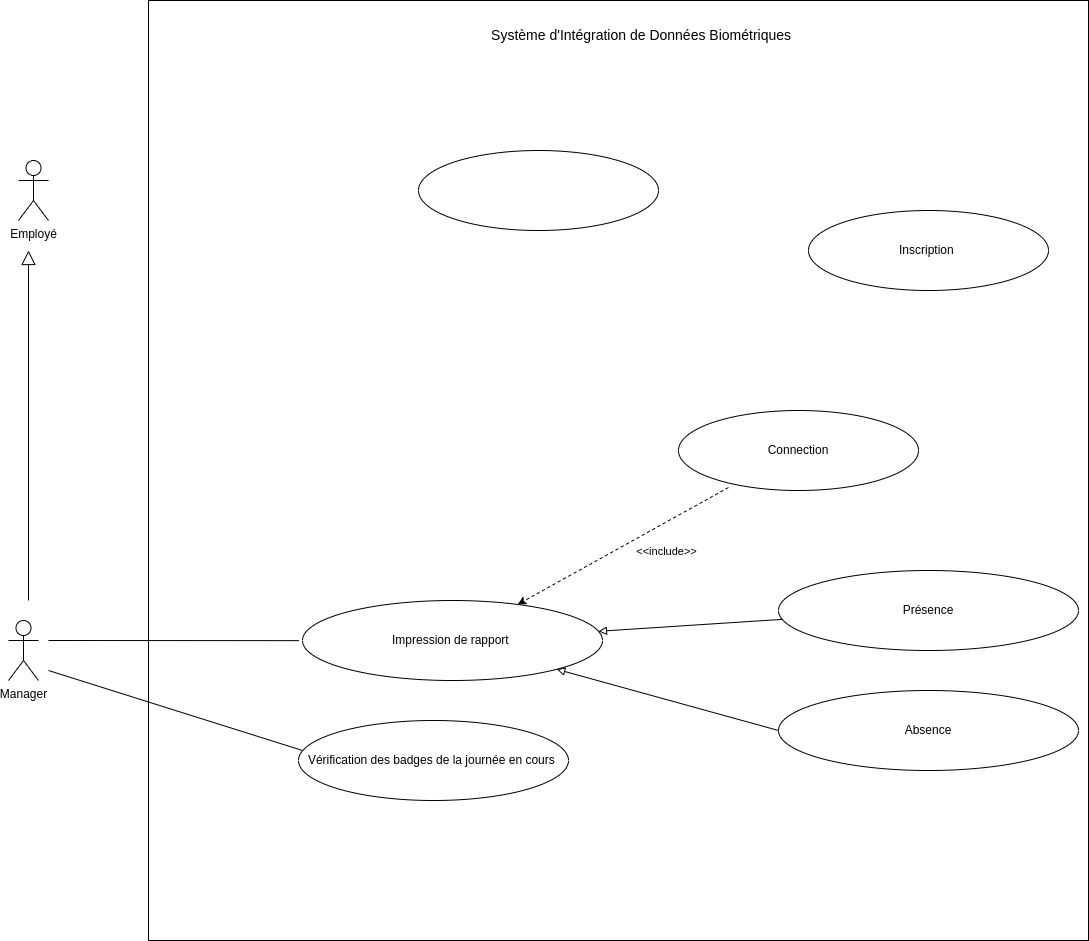
Earlier version of the draw.io export static/Diagramme de cas d'utilisation.drawio.png (Siluearsene/borne_biometrique). Source tidied: cells renumbered, new cells last; positions are measured from the earlier drawing's top-left corner, leaving out a move shared by most shapes.
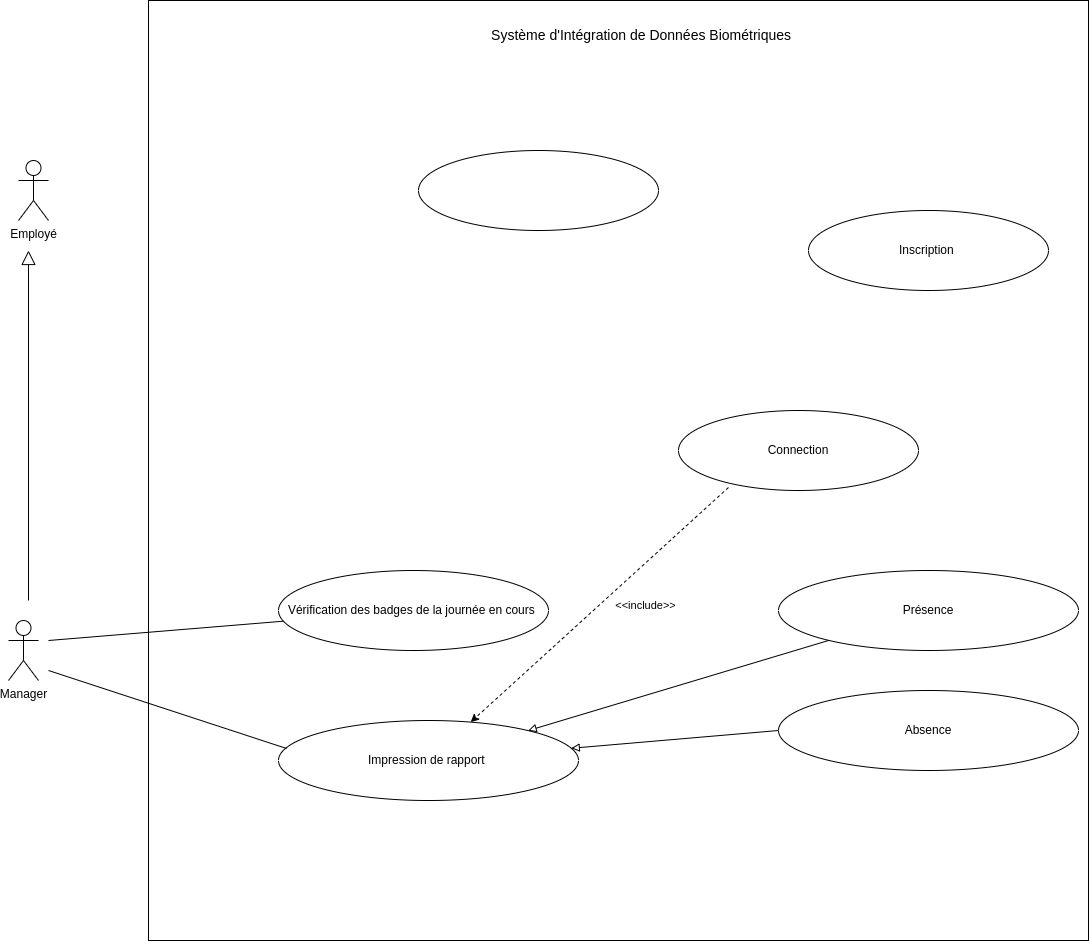
After the change.

Commit message:
Mettre à jour Diagramme de cas d'utilisation.drawio.png

What changed in the source:
```diff
@@ -27,13 +27,13 @@
       <mxGeometry x="670" y="410" width="240" height="80" as="geometry" />
     </mxCell>
     <mxCell id="9" value="Vérification des badges de la journée en cours&amp;nbsp;" style="ellipse;whiteSpace=wrap;html=1;" parent="1" vertex="1">
-      <mxGeometry x="290" y="720" width="270" height="80" as="geometry" />
+      <mxGeometry x="270" y="570" width="270" height="80" as="geometry" />
     </mxCell>
     <mxCell id="10" value="Présence" style="ellipse;whiteSpace=wrap;html=1;" parent="1" vertex="1">
       <mxGeometry x="770" y="570" width="300" height="80" as="geometry" />
     </mxCell>
     <mxCell id="11" value="Impression de rapport&amp;nbsp;" style="ellipse;whiteSpace=wrap;html=1;" parent="1" vertex="1">
-      <mxGeometry x="294" y="600" width="300" height="80" as="geometry" />
+      <mxGeometry x="270" y="720" width="300" height="80" as="geometry" />
     </mxCell>
     <mxCell id="12" value="Absence" style="ellipse;whiteSpace=wrap;html=1;" parent="1" vertex="1">
       <mxGeometry x="770" y="690" width="300" height="80" as="geometry" />
@@ -52,15 +52,14 @@
         <mxPoint x="34" y="8" as="offset" />
       </mxGeometry>
     </mxCell>
-    <mxCell id="17" style="endArrow=none;html=1;rounded=0;entryX=0.16;entryY=0.681;entryDx=0;entryDy=0;entryPerimeter=0;" parent="1" edge="1" target="5">
+    <mxCell id="17" style="endArrow=none;html=1;rounded=0;" parent="1" edge="1" target="9">
       <mxGeometry relative="1" as="geometry">
         <mxPoint x="40" y="640" as="sourcePoint" />
       </mxGeometry>
     </mxCell>
-    <mxCell id="18" style="endArrow=none;html=1;rounded=0;" parent="1" edge="1">
+    <mxCell id="18" style="endArrow=none;html=1;rounded=0;entryX=0.027;entryY=0.35;entryDx=0;entryDy=0;entryPerimeter=0;" parent="1" edge="1" target="11">
       <mxGeometry relative="1" as="geometry">
         <mxPoint x="40" y="670" as="sourcePoint" />
-        <mxPoint x="294" y="750" as="targetPoint" />
       </mxGeometry>
     </mxCell>
     <mxCell id="19" value="Inscription&amp;nbsp;" style="ellipse;whiteSpace=wrap;html=1;" parent="1" vertex="1">
```
